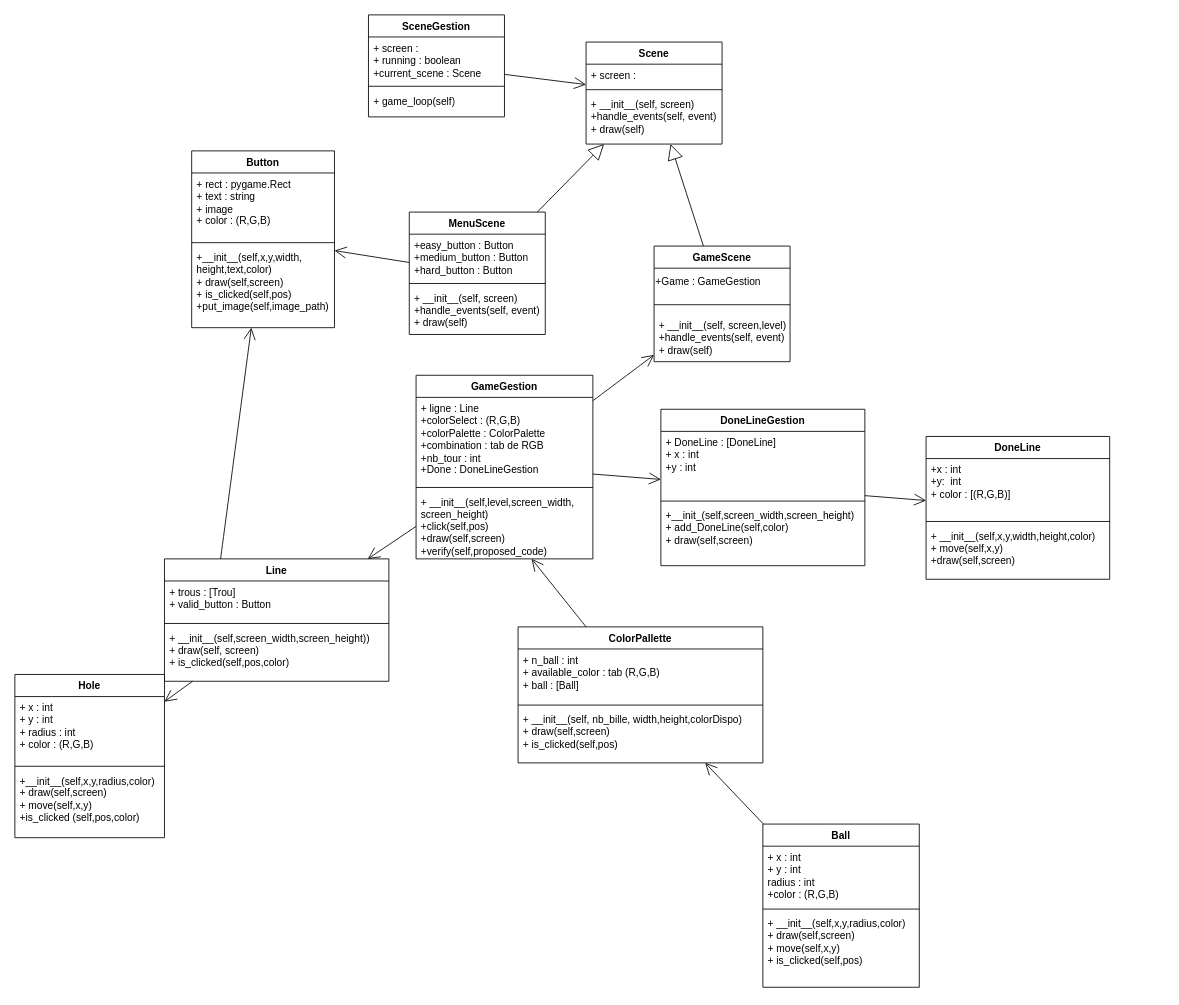
This is UML_mastermind.drawio from dcr29/mastermind-game, a draw.io file, before an edit. Source tidied: cells renumbered, new cells numbered last; positions are measured from the earlier drawing's top-left corner, leaving out a move shared by most shapes. Both pictures are drawn from the tidied source at 85%, with x=0, y=0 at pixel (14, 14).
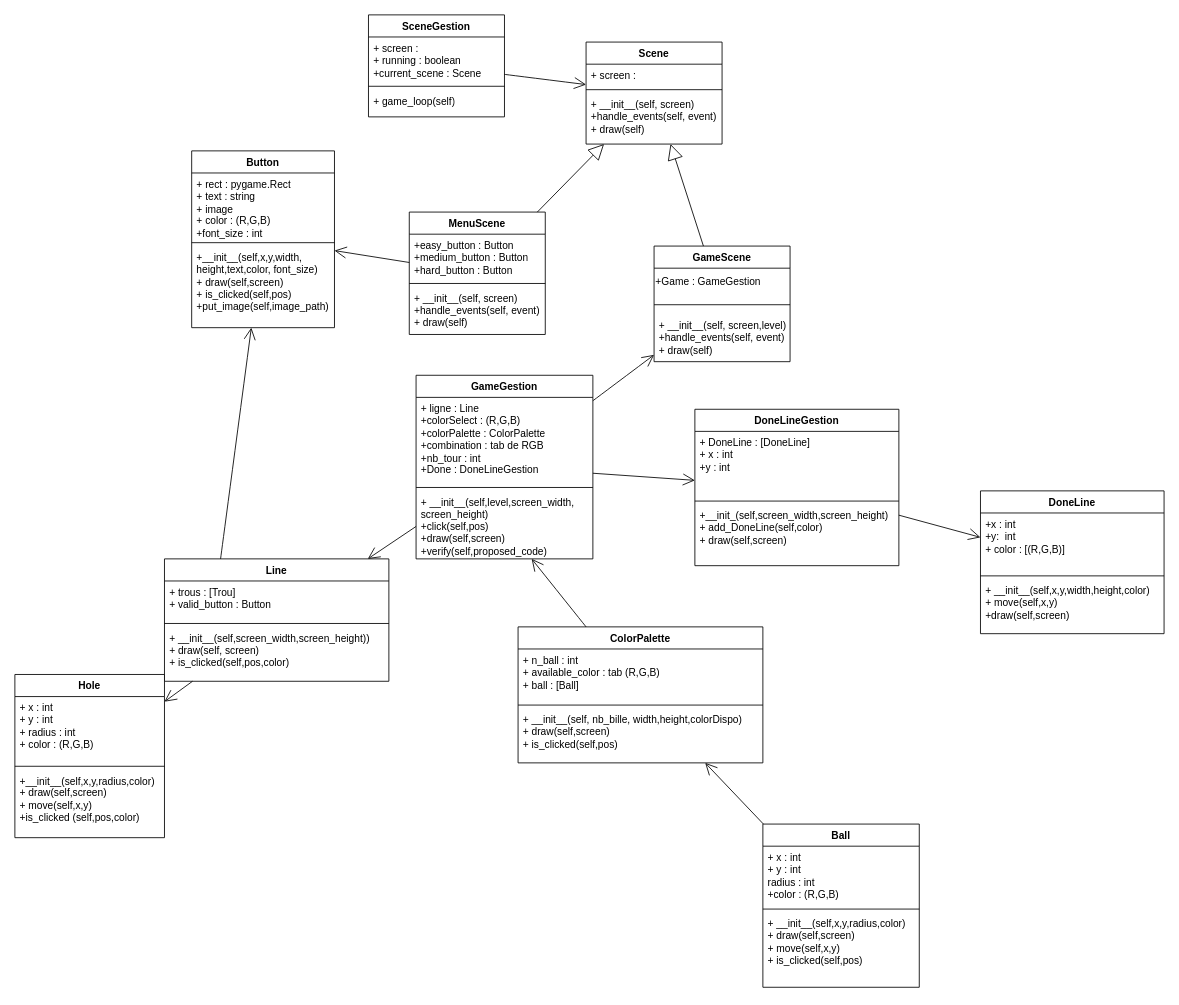
The same diagram, later.

Commit message:
Modification button (ajout taille de la police)

The change refers to these unchanged cells:
```xml
<mxCell id="20" value="Button" style="swimlane;fontStyle=1;align=center;verticalAlign=top;horizontal=1;startSize=26;whiteSpace=wrap;html=1;" parent="1" vertex="1">
  <mxGeometry x="208" y="160" width="168" height="208" as="geometry" />
</mxCell>
```

What changed in the source:
```diff
@@
-    <mxCell id="21" value="+ rect : pygame.Rect&lt;div&gt;+ text : string&lt;/div&gt;&lt;div&gt;+ image&amp;nbsp;&lt;/div&gt;&lt;div&gt;+ color : (R,G,B)&lt;/div&gt;" style="text;strokeColor=none;fillColor=none;align=left;verticalAlign=top;spacingLeft=4;spacingRight=4;overflow=hidden;whiteSpace=wrap;html=1;" parent="20" vertex="1">
+    <mxCell id="21" value="+ rect : pygame.Rect&lt;div&gt;+ text : string&lt;/div&gt;&lt;div&gt;+ image&amp;nbsp;&lt;/div&gt;&lt;div&gt;+ color : (R,G,B)&lt;/div&gt;&lt;div&gt;+font_size : int&lt;/div&gt;" style="text;strokeColor=none;fillColor=none;align=left;verticalAlign=top;spacingLeft=4;spacingRight=4;overflow=hidden;whiteSpace=wrap;html=1;" parent="20" vertex="1">
       <mxGeometry y="26" width="168" height="78" as="geometry" />
     </mxCell>
@@
-    <mxCell id="23" value="&lt;div&gt;+__init__(self,x,y,width,&lt;/div&gt;&lt;div&gt;height,text,color)&lt;/div&gt;+ draw(self,screen)&lt;div&gt;&lt;div&gt;+ is_clicked(self,pos)&lt;/div&gt;&lt;/div&gt;&lt;div&gt;+put_image(self,image_path)&lt;/div&gt;" style="text;strokeColor=none;fillColor=none;align=left;verticalAlign=top;spacingLeft=4;spacingRight=4;overflow=hidden;whiteSpace=wrap;html=1;" parent="20" vertex="1">
+    <mxCell id="23" value="&lt;div&gt;+__init__(self,x,y,width,&lt;/div&gt;&lt;div&gt;height,text,color, font_size)&lt;/div&gt;+ draw(self,screen)&lt;div&gt;&lt;div&gt;+ is_clicked(self,pos)&lt;/div&gt;&lt;/div&gt;&lt;div&gt;+put_image(self,image_path)&lt;/div&gt;" style="text;strokeColor=none;fillColor=none;align=left;verticalAlign=top;spacingLeft=4;spacingRight=4;overflow=hidden;whiteSpace=wrap;html=1;" parent="20" vertex="1">
       <mxGeometry y="112" width="168" height="96" as="geometry" />
     </mxCell>
@@
-    <mxCell id="39" value="ColorPallette" style="swimlane;fontStyle=1;align=center;verticalAlign=top;horizontal=1;startSize=26;whiteSpace=wrap;html=1;" parent="1" vertex="1">
+    <mxCell id="39" value="ColorPalette" style="swimlane;fontStyle=1;align=center;verticalAlign=top;horizontal=1;startSize=26;whiteSpace=wrap;html=1;" parent="1" vertex="1">
       <mxGeometry x="592" y="720" width="288" height="160" as="geometry" />
     </mxCell>
@@
     <mxCell id="52" value="DoneLine" style="swimlane;fontStyle=1;align=center;verticalAlign=top;horizontal=1;startSize=26;whiteSpace=wrap;html=1;" parent="1" vertex="1">
-      <mxGeometry x="1072" y="496" width="216" height="168" as="geometry" />
+      <mxGeometry x="1136" y="560" width="216" height="168" as="geometry" />
     </mxCell>
@@
     <mxCell id="57" value="DoneLineGestion" style="swimlane;fontStyle=1;align=center;verticalAlign=top;horizontal=1;startSize=26;whiteSpace=wrap;html=1;" parent="1" vertex="1">
-      <mxGeometry x="760" y="464" width="240" height="184" as="geometry" />
+      <mxGeometry x="800" y="464" width="240" height="184" as="geometry" />
     </mxCell>
```
